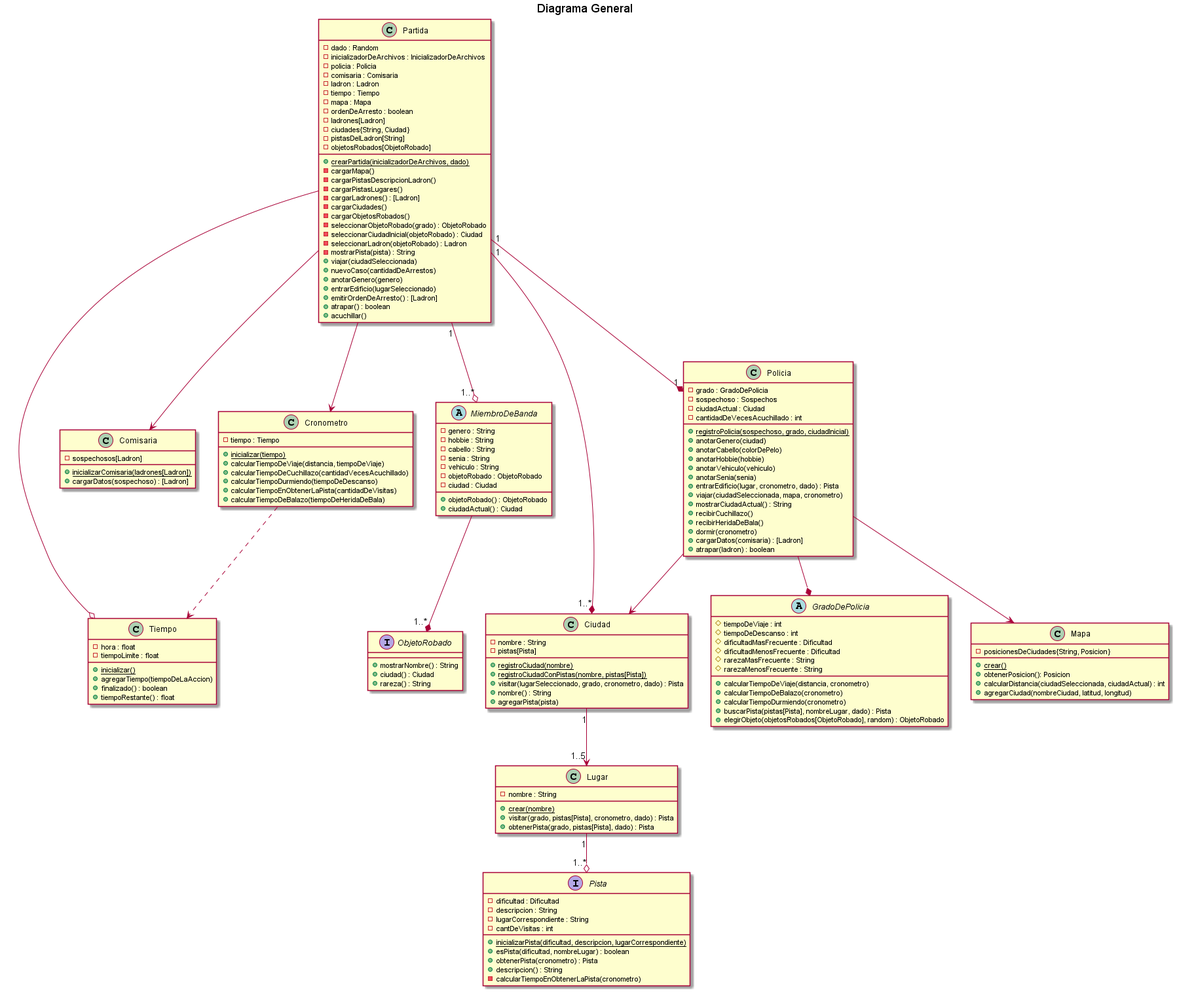
Above: diagrams/classes/entrega3/DC_general.png in kmu01/Algo3_tp2 (PlantUML), before the change.
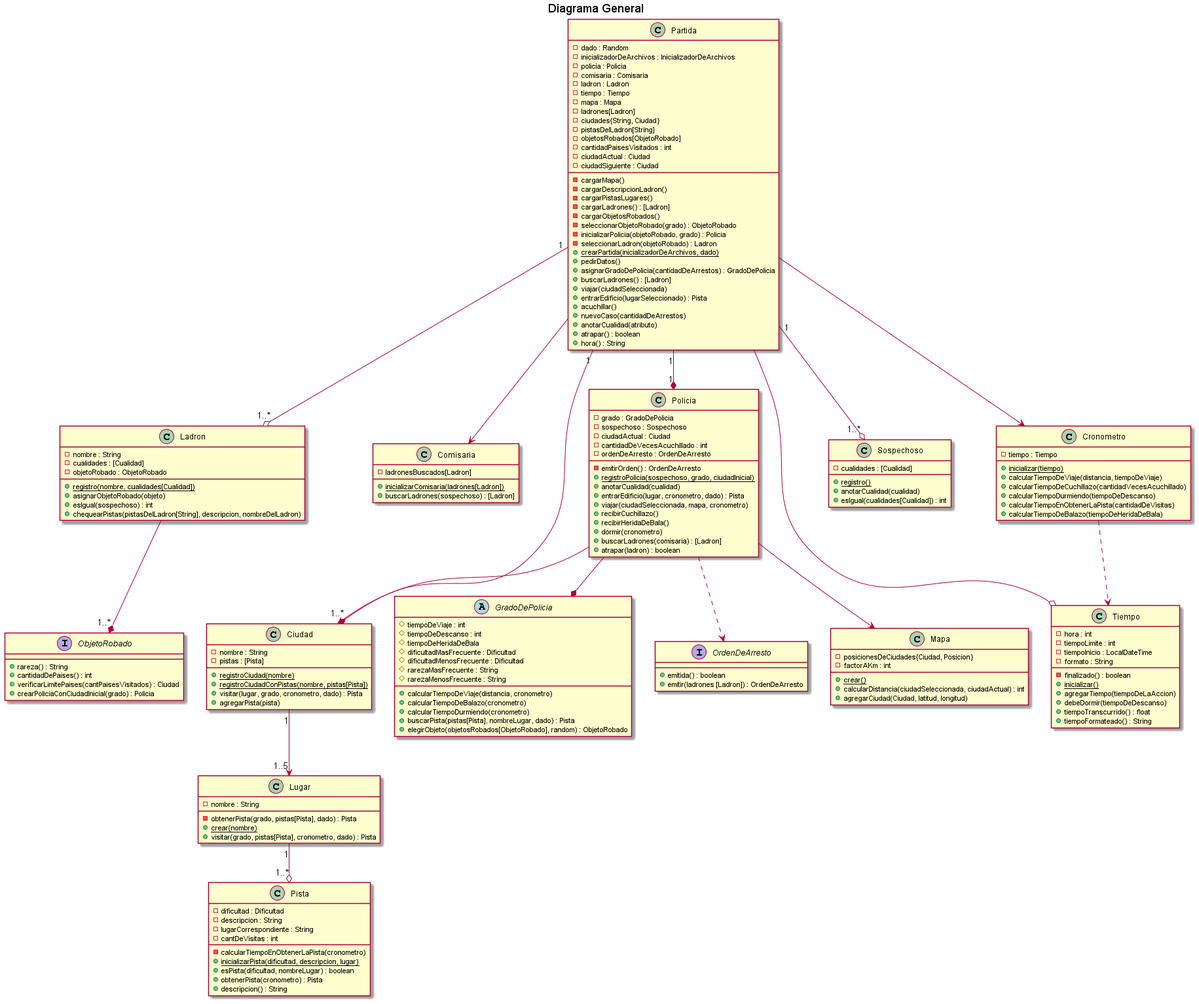
The same file after the commit.

The edit, as a diff of the source:
```diff
@@ -4,19 +4,17 @@
 
 class Ciudad{
     - nombre : String
-    - pistas[Pista]
+    - pistas : [Pista]
     + {static} registroCiudad(nombre)
     + {static} registroCiudadConPistas(nombre, pistas[Pista])
-    + visitar(lugarSeleccionado, grado, cronometro, dado) : Pista
-    + nombre() : String
+    + visitar(lugar, grado, cronometro, dado) : Pista
     + agregarPista(pista)
-
 }
 
 class Comisaria {
-    - sospechosos[Ladron]
+    - ladronesBuscados[Ladron]
     + {static} inicializarComisaria(ladrones[Ladron])
-    + cargarDatos(sospechoso) : [Ladron]
+    + buscarLadrones(sospechoso) : [Ladron]
 }
 
 class Cronometro {
@@ -37,77 +35,77 @@
     - ladron : Ladron
     - tiempo : Tiempo
     - mapa : Mapa
-    - ordenDeArresto : boolean
     - ladrones[Ladron]
     - ciudades{String, Ciudad}
     - pistasDelLadron[String]
     - objetosRobados[ObjetoRobado]
-    + {static} crearPartida(inicializadorDeArchivos, dado)
+    - cantidadPaisesVisitados : int
+    - ciudadActual : Ciudad
+    - ciudadSiguiente : Ciudad
     - cargarMapa()
-    - cargarPistasDescripcionLadron()
+    - cargarDescripcionLadron()
     - cargarPistasLugares()
     - cargarLadrones() : [Ladron]
-    - cargarCiudades()
     - cargarObjetosRobados()
     - seleccionarObjetoRobado(grado) : ObjetoRobado
-    - seleccionarCiudadInicial(objetoRobado) : Ciudad
+    - inicializarPolicia(objetoRobado, grado) : Policia
     - seleccionarLadron(objetoRobado) : Ladron
-    - mostrarPista(pista) : String
+    + {static} crearPartida(inicializadorDeArchivos, dado)
+    + pedirDatos()
+    + asignarGradoDePolicia(cantidadDeArrestos) : GradoDePolicia
+    + buscarLadrones() : [Ladron]
     + viajar(ciudadSeleccionada)
+    + entrarEdificio(lugarSeleccionado) : Pista
+    + acuchillar()
     + nuevoCaso(cantidadDeArrestos)
-    + anotarGenero(genero)
-    + entrarEdificio(lugarSeleccionado)
-    + emitirOrdenDeArresto() : [Ladron]
+    + anotarCualidad(atributo)
     + atrapar() : boolean
-    + acuchillar()
+    + hora() : String
 }
 
-abstract class MiembroDeBanda{
-    - genero : String
-    - hobbie : String
-    - cabello : String
-    - senia : String
-    - vehiculo : String
+
+class Ladron{
+    - nombre : String
+    - cualidades : [Cualidad]
     - objetoRobado : ObjetoRobado
-    - ciudad : Ciudad
-    + objetoRobado() : ObjetoRobado
-    + ciudadActual() : Ciudad
+    + {static} registro(nombre, cualidades[Cualidad])
+    + asignarObjetoRobado(objeto)
+    + esIgual(sospechoso) : int
+    + chequearPistas(pistasDelLadron[String], descripcion, nombreDelLadron)
 }
 
 
 
 class Policia{
     - grado : GradoDePolicia
-    - sospechoso : Sospechos
+    - sospechoso : Sospechoso
     - ciudadActual : Ciudad
     - cantidadDeVecesAcuchillado : int
+    - ordenDeArresto : OrdenDeArresto
+    - emitirOrden() : OrdenDeArresto
     + {static} registroPolicia(sospechoso, grado, ciudadInicial)
-    + anotarGenero(ciudad)
-    + anotarCabello(colorDePelo)
-    + anotarHobbie(hobbie)
-    + anotarVehiculo(vehiculo)
-    + anotarSenia(senia)
+    + anotarCualidad(cualidad)
     + entrarEdificio(lugar, cronometro, dado) : Pista
     + viajar(ciudadSeleccionada, mapa, cronometro)
-    + mostrarCiudadActual() : String
     + recibirCuchillazo()
     + recibirHeridaDeBala()
     + dormir(cronometro)
-    + cargarDatos(comisaria) : [Ladron]
+    + buscarLadrones(comisaria) : [Ladron]
     + atrapar(ladron) : boolean
 }
 
 class Mapa{
-    - posicionesDeCiudades{String, Posicion}
+    - posicionesDeCiudades{Ciudad, Posicion}
+    - factorAKm : int
     + {static} crear()
-    + obtenerPosicion(): Posicion
     + calcularDistancia(ciudadSeleccionada, ciudadActual) : int
-    + agregarCiudad(nombreCiudad, latitud, longitud)
+    + agregarCiudad(Ciudad, latitud, longitud)
 }
 
 abstract class GradoDePolicia{
     # tiempoDeViaje : int
     # tiempoDeDescanso : int
+    # tiempoDeHeridaDeBala
     # dificultadMasFrecuente : Dificultad
     # dificultadMenosFrecuente : Dificultad
     # rarezaMasFrecuente : String
@@ -119,42 +117,61 @@
     + elegirObjeto(objetosRobados[ObjetoRobado], random) : ObjetoRobado
 }
 
+
+class Sospechoso{
+    - cualidades : [Cualidad]
+    + {static} registro()
+    + anotarCualidad(cualidad)
+    + esIgual(cualidades[Cualidad]) : int
+}
+
 class Lugar{
     - nombre : String
+    - obtenerPista(grado, pistas[Pista], dado) : Pista
     + {static} crear(nombre)
     + visitar(grado, pistas[Pista], cronometro, dado) : Pista
-    + obtenerPista(grado, pistas[Pista], dado) : Pista
 }
 
-interface Pista{
+class Pista{
     - dificultad : Dificultad
     - descripcion : String
     - lugarCorrespondiente : String
     - cantDeVisitas : int
-    + {static} inicializarPista(dificultad, descripcion, lugarCorrespondiente)
+    - calcularTiempoEnObtenerLaPista(cronometro)
+    + {static} inicializarPista(dificultad, descripcion, lugar)
     + esPista(dificultad, nombreLugar) : boolean
     + obtenerPista(cronometro) : Pista
     + descripcion() : String
-    - calcularTiempoEnObtenerLaPista(cronometro)
 }
 
 interface ObjetoRobado{
-	+ mostrarNombre() : String
-	+ ciudad() : Ciudad
 	+ rareza() : String
+	+ cantidadDePaises() : int
+	+ verificarLimitePaises(cantPaisesVisitados) : Ciudad
+    + crearPoliciaConCiudadInicial(grado) : Policia
 }
 
 class Tiempo{
-    - hora : float
-    - tiempoLimite : float
+    - hora : int
+    - tiempoLimite : int
+    - tiempoInicio : LocalDateTime
+    - formato : String
+    - finalizado() : boolean
     + {static} inicializar()
     + agregarTiempo(tiempoDeLaAccion)
-    + finalizado() : boolean
-    + tiempoRestante() : float
+    + debeDormir(tiempoDeDescanso)
+    + tiempoTranscurrido() : float
+    + tiempoFormateado() : String
+}
+
+interface OrdenDeArresto{
+    + emitida() : boolean
+    + emitir(ladrones [Ladron]) : OrdenDeArresto
 }
 
 
-Partida "1" --o "1..*" MiembroDeBanda
+Partida "1" --o "1..*" Ladron
+Partida "1" --o "1..*" Sospechoso
 Partida"1" --* "1"Policia
 Partida --o Tiempo
 Policia --* GradoDePolicia
@@ -164,7 +181,8 @@
 Ciudad "1" --> "1..5"Lugar
 Lugar "1" --o "1..*" Pista
 
-MiembroDeBanda --* "1..*" ObjetoRobado
+Policia ..> OrdenDeArresto
+Ladron --* "1..*" ObjetoRobado
 Partida --> Comisaria
 Cronometro ..> Tiempo
 Partida --> Cronometro
```
